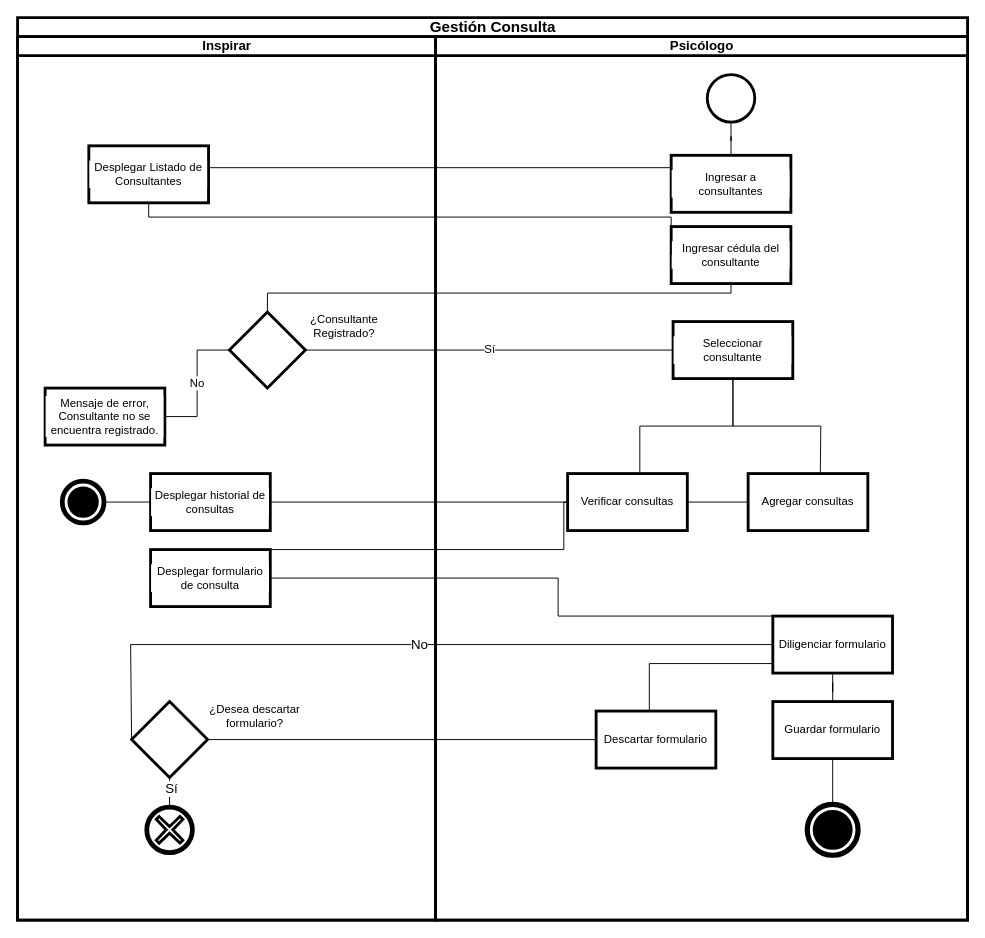
Before: page "D. Actividades" (8 of 12) of Diagramas/Untitled Diagram.drawio in barloff2/Diagramas, a draw.io diagram. Source tidied: cells renumbered, new cells numbered last; positions are measured from the earlier drawing's top-left corner, leaving out a move shared by most shapes. Both pictures are drawn from the tidied source at 95%, with x=0, y=0 at pixel (17, 17).
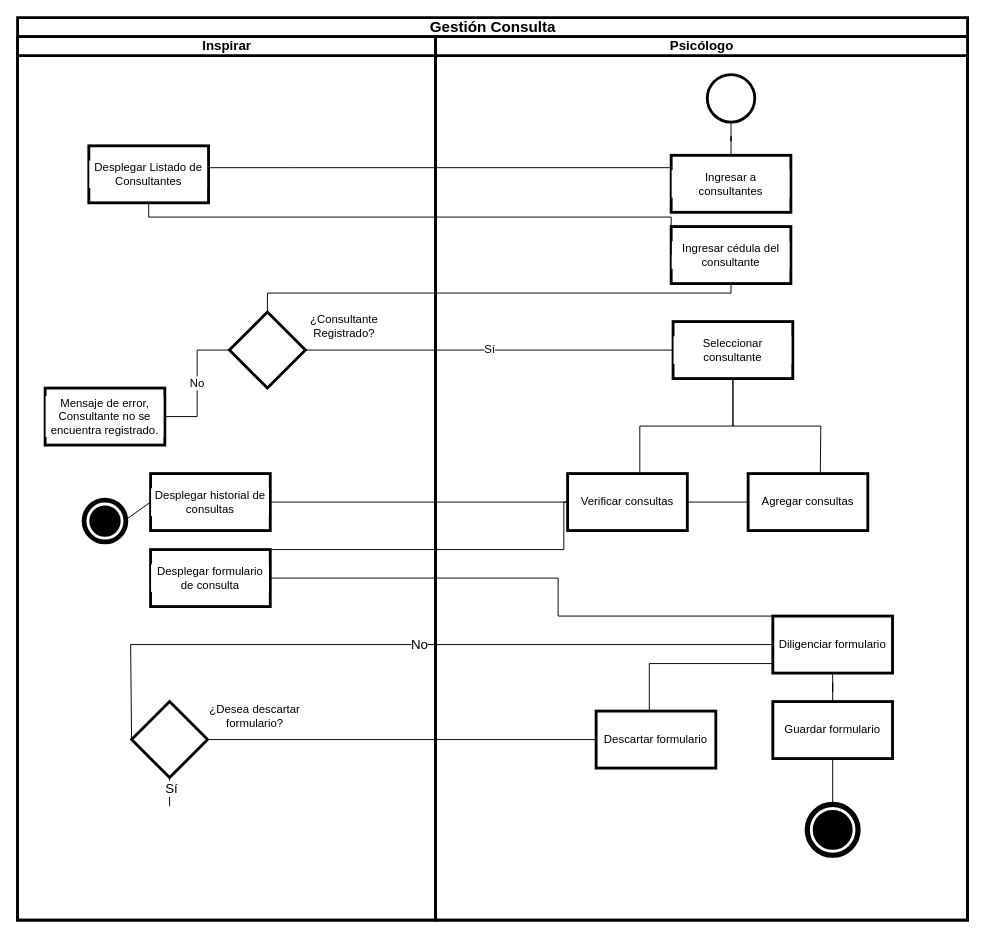
Above is the later version.

Unchanged cells that the change refers to:
```xml
<mxCell id="8" value="Inspirar" style="swimlane;html=1;startSize=20;fontSize=14;strokeWidth=3;" parent="2" vertex="1">
  <mxGeometry y="20" width="440" height="930" as="geometry" />
</mxCell>
<mxCell id="20" style="rhombus;whiteSpace=wrap;html=1;verticalAlign=middle;labelBackgroundColor=#ffffff;strokeWidth=3;align=center;" parent="8" vertex="1">
  <mxGeometry x="120" y="700" width="80" height="80" as="geometry" />
</mxCell>
```

Diff of the diagram source:
```diff
@@
     <mxCell id="16" style="points=[[0.145,0.145,0],[0.5,0,0],[0.855,0.145,0],[1,0.5,0],[0.855,0.855,0],[0.5,1,0],[0.145,0.855,0],[0,0.5,0]];shape=mxgraph.bpmn.event;html=1;verticalLabelPosition=bottom;labelBackgroundColor=#ffffff;verticalAlign=middle;align=center;perimeter=ellipsePerimeter;outlineConnect=0;outline=end;symbol=terminate;fontSize=14;strokeWidth=3;" parent="8" vertex="1">
-      <mxGeometry x="49" y="470" width="40" height="40" as="geometry" />
+      <mxGeometry x="72" y="490" width="40" height="40" as="geometry" />
     </mxCell>
@@
-    <mxCell id="19" style="points=[[0.145,0.145,0],[0.5,0,0],[0.855,0.145,0],[1,0.5,0],[0.855,0.855,0],[0.5,1,0],[0.145,0.855,0],[0,0.5,0]];shape=mxgraph.bpmn.event;html=1;verticalLabelPosition=bottom;labelBackgroundColor=#ffffff;verticalAlign=top;align=center;perimeter=ellipsePerimeter;outlineConnect=0;outline=boundInt;symbol=cancel;fontSize=14;strokeWidth=3;" parent="8" vertex="1">
-      <mxGeometry x="135" y="810" width="50" height="50" as="geometry" />
-    </mxCell>
@@
-    <mxCell id="22" style="endArrow=none;html=1;rounded=0;fontSize=14;entryX=0.5;entryY=0;entryDx=0;entryDy=0;exitX=0.5;exitY=1;exitDx=0;exitDy=0;entryPerimeter=0;" parent="8" edge="1" source="20" target="19">
-      <mxGeometry relative="1" as="geometry" />
+    <mxCell id="22" style="endArrow=none;html=1;rounded=0;fontSize=14;entryX=0.5;entryY=0;entryDx=0;entryDy=0;exitX=0.5;exitY=1;exitDx=0;exitDy=0;entryPerimeter=0;" parent="8" edge="1" source="20">
+      <mxGeometry relative="1" as="geometry">
+        <mxPoint x="160" y="810" as="targetPoint" />
+      </mxGeometry>
     </mxCell>
```
